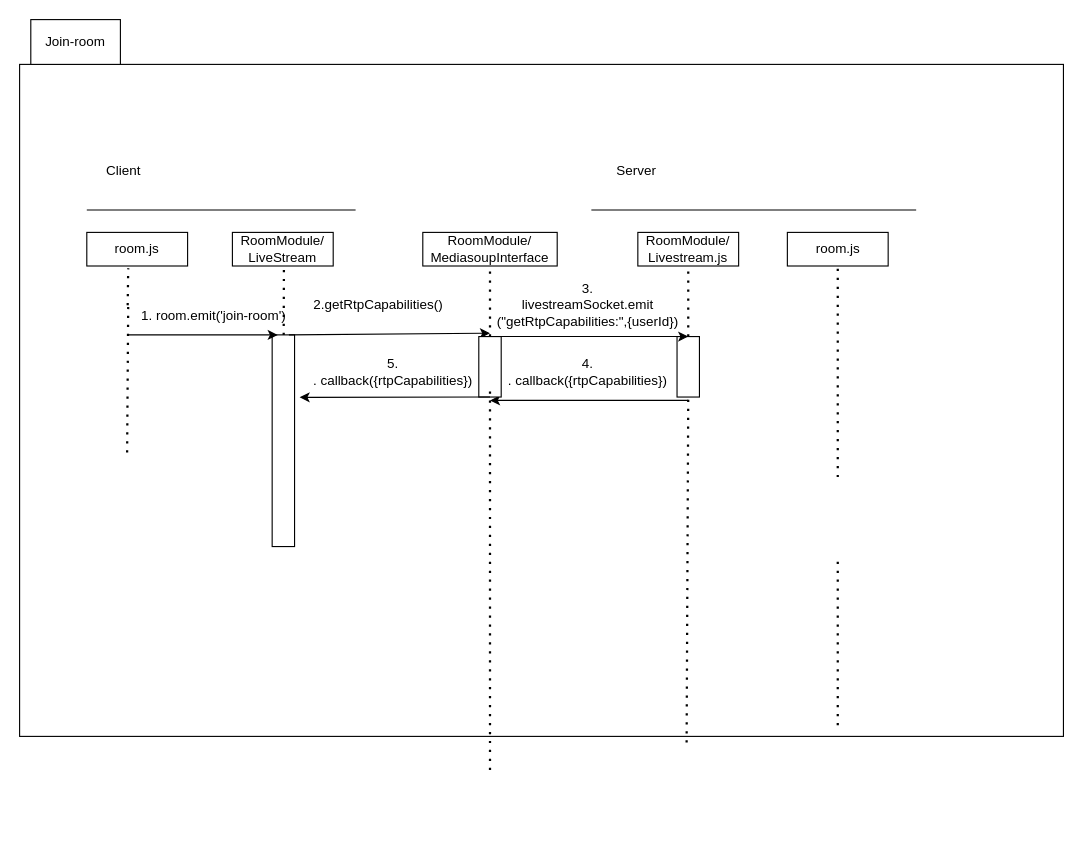
This is Copy of classroom-ultra-sequence diagram-livestream room.drawio from doremi31618/Assets, a draw.io file, before an edit. Source tidied: cells renumbered, new cells numbered last; positions are measured from the earlier drawing's top-left corner, leaving out a move shared by most shapes. Both pictures are drawn from the tidied source at 112%, with x=0, y=0 at pixel (19, 19).
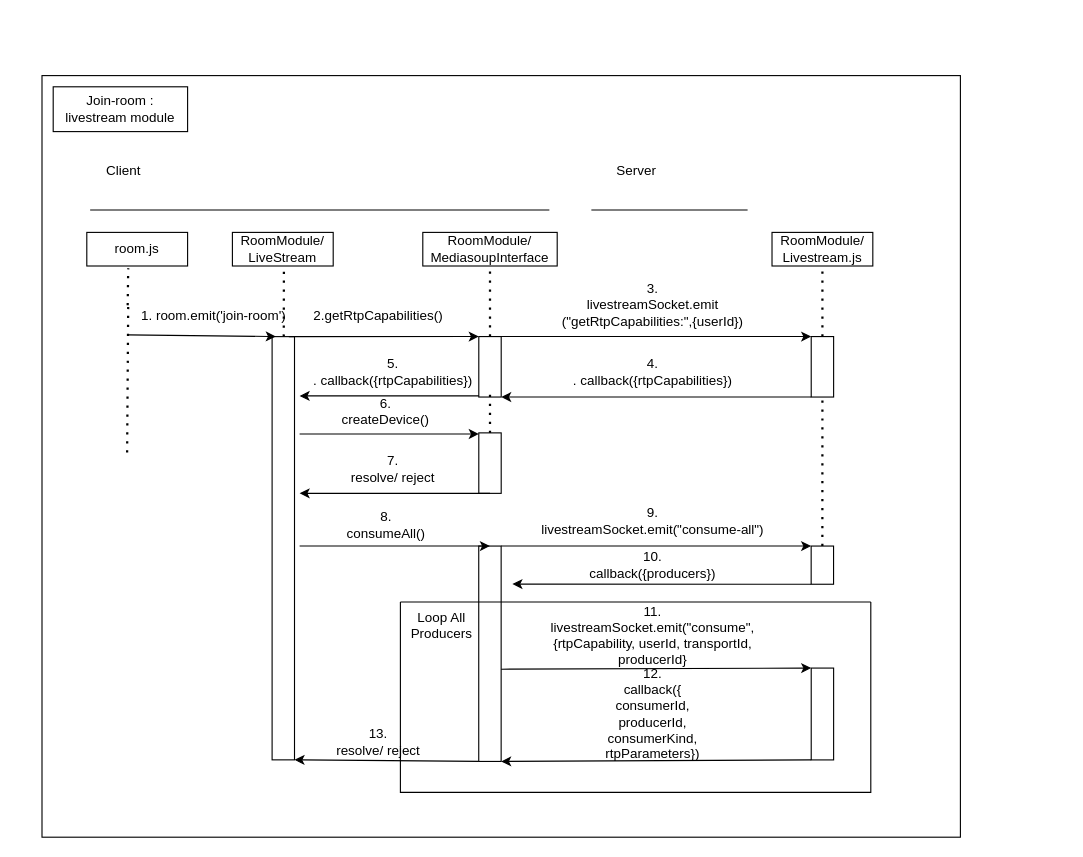
The same page after the edit.

The change refers to these unchanged cells:
```xml
<mxCell id="21" value="1. room.emit('join-room')" style="text;strokeColor=none;align=center;fillColor=none;html=1;verticalAlign=middle;whiteSpace=wrap;rounded=0;" parent="1" vertex="1">
  <mxGeometry x="100" y="250" width="146.5" height="30" as="geometry" />
</mxCell>
<mxCell id="28" style="rounded=0;whiteSpace=wrap;html=1;rotation=90;" parent="1" vertex="1">
  <mxGeometry x="393" y="300" width="54" height="20" as="geometry" />
</mxCell>
```

Change to the diagram source:
```diff
@@
     <mxCell id="2" style="rounded=0;whiteSpace=wrap;html=1;" parent="1" vertex="1">
-      <mxGeometry y="40" width="932" height="600" as="geometry" />
+      <mxGeometry x="20" y="50" width="820" height="680" as="geometry" />
     </mxCell>
@@
     <mxCell id="4" style="rounded=0;whiteSpace=wrap;html=1;" parent="1" vertex="1">
-      <mxGeometry x="10" width="80" height="40" as="geometry" />
+      <mxGeometry x="30" y="60" width="120" height="40" as="geometry" />
     </mxCell>
@@
     <mxCell id="6" value="RoomModule/&lt;br&gt;Livestream.js" style="rounded=0;whiteSpace=wrap;html=1;" parent="1" vertex="1">
-      <mxGeometry x="552" y="190" width="90" height="30" as="geometry" />
+      <mxGeometry x="671.8" y="190" width="90" height="30" as="geometry" />
     </mxCell>
-    <mxCell id="7" value="room.js" style="rounded=0;whiteSpace=wrap;html=1;" parent="1" vertex="1">
-      <mxGeometry x="685.5" y="190" width="90" height="30" as="geometry" />
-    </mxCell>
@@
-    <mxCell id="10" style="endArrow=none;dashed=1;html=1;dashPattern=1 3;strokeWidth=2;rounded=0;entryX=0.5;entryY=1;entryDx=0;entryDy=0;startArrow=none;" parent="1" edge="1" target="7">
-      <mxGeometry relative="1" as="geometry">
-        <mxPoint x="730.5" y="408.5" as="sourcePoint" />
-      </mxGeometry>
-    </mxCell>
     <mxCell id="11" style="endArrow=none;html=1;rounded=0;" parent="1" edge="1">
       <mxGeometry relative="1" as="geometry">
-        <mxPoint x="60" y="170" as="sourcePoint" />
-        <mxPoint x="300" y="170" as="targetPoint" />
+        <mxPoint x="63" y="170" as="sourcePoint" />
+        <mxPoint x="473" y="170" as="targetPoint" />
       </mxGeometry>
     </mxCell>
     <mxCell id="12" style="endArrow=none;html=1;rounded=0;" parent="1" edge="1">
       <mxGeometry relative="1" as="geometry">
         <mxPoint x="510.5" y="170" as="sourcePoint" />
-        <mxPoint x="800.5" y="170" as="targetPoint" />
+        <mxPoint x="650" y="170" as="targetPoint" />
       </mxGeometry>
     </mxCell>
@@
-    <mxCell id="16" style="endArrow=none;dashed=1;html=1;dashPattern=1 3;strokeWidth=2;rounded=0;entryX=1;entryY=0.5;entryDx=0;entryDy=0;" parent="1" edge="1">
-      <mxGeometry relative="1" as="geometry">
-        <mxPoint x="730.5" y="630" as="sourcePoint" />
-        <mxPoint x="730.5" y="478.5" as="targetPoint" />
-      </mxGeometry>
-    </mxCell>
-    <mxCell id="17" value="Join-room" style="text;strokeColor=none;align=center;fillColor=none;html=1;verticalAlign=middle;whiteSpace=wrap;rounded=0;" parent="1" vertex="1">
-      <mxGeometry x="20" y="5" width="60" height="30" as="geometry" />
+    <mxCell id="17" value="Join-room : livestream module" style="text;strokeColor=none;align=center;fillColor=none;html=1;verticalAlign=middle;whiteSpace=wrap;rounded=0;" parent="1" vertex="1">
+      <mxGeometry x="40" y="65" width="100" height="30" as="geometry" />
     </mxCell>
@@
     <mxCell id="19" style="rounded=0;whiteSpace=wrap;html=1;rotation=90;" parent="1" vertex="1">
-      <mxGeometry x="141" y="366" width="189" height="20" as="geometry" />
+      <mxGeometry x="46.5" y="462" width="377.9" height="20" as="geometry" />
     </mxCell>
-    <mxCell id="20" style="endArrow=classic;html=1;rounded=0;entryX=0;entryY=0.75;entryDx=0;entryDy=0;" parent="1" edge="1" target="19">
+    <mxCell id="20" style="endArrow=classic;html=1;rounded=0;entryX=0.879;entryY=1.1;entryDx=0;entryDy=0;entryPerimeter=0;" parent="1" edge="1" target="21">
       <mxGeometry relative="1" as="geometry">
         <mxPoint x="96.5" y="281.5" as="sourcePoint" />
       </mxGeometry>
     </mxCell>
@@
-    <mxCell id="22" style="endArrow=classic;html=1;rounded=0;exitX=0;exitY=0.25;exitDx=0;exitDy=0;" parent="1" edge="1" source="19">
-      <mxGeometry relative="1" as="geometry">
-        <mxPoint x="420" y="280" as="targetPoint" />
-      </mxGeometry>
+    <mxCell id="22" style="endArrow=classic;html=1;rounded=0;exitX=0;exitY=0.25;exitDx=0;exitDy=0;entryX=0;entryY=1;entryDx=0;entryDy=0;" parent="1" edge="1" source="19" target="28">
+      <mxGeometry relative="1" as="geometry" />
     </mxCell>
     <mxCell id="23" value="2.getRtpCapabilities()" style="text;strokeColor=none;align=center;fillColor=none;html=1;verticalAlign=middle;whiteSpace=wrap;rounded=0;" parent="1" vertex="1">
-      <mxGeometry x="246.5" y="240" width="146.5" height="30" as="geometry" />
+      <mxGeometry x="246.5" y="250" width="146.5" height="30" as="geometry" />
     </mxCell>
-    <mxCell id="24" style="endArrow=classic;html=1;rounded=0;" parent="1" edge="1">
-      <mxGeometry relative="1" as="geometry">
-        <mxPoint x="597" y="340" as="sourcePoint" />
-        <mxPoint x="420" y="340" as="targetPoint" />
-      </mxGeometry>
+    <mxCell id="24" style="endArrow=classic;html=1;rounded=0;entryX=1;entryY=0;entryDx=0;entryDy=0;exitX=1;exitY=1;exitDx=0;exitDy=0;" parent="1" edge="1" source="30" target="28">
+      <mxGeometry relative="1" as="geometry" />
     </mxCell>
     <mxCell id="25" value="4.&lt;br&gt;. callback({rtpCapabilities})" style="text;strokeColor=none;align=center;fillColor=none;html=1;verticalAlign=middle;whiteSpace=wrap;rounded=0;" parent="1" vertex="1">
-      <mxGeometry x="434" y="300" width="146.5" height="30" as="geometry" />
+      <mxGeometry x="492" y="300" width="146.5" height="30" as="geometry" />
     </mxCell>
@@
-    <mxCell id="29" style="endArrow=none;dashed=1;html=1;dashPattern=1 3;strokeWidth=2;rounded=0;" parent="1" edge="1">
+    <mxCell id="29" style="endArrow=none;dashed=1;html=1;dashPattern=1 3;strokeWidth=2;rounded=0;startArrow=none;" parent="1" edge="1" source="36">
       <mxGeometry relative="1" as="geometry">
-        <mxPoint x="420" y="670" as="sourcePoint" />
         <mxPoint x="420" y="330" as="targetPoint" />
       </mxGeometry>
     </mxCell>
     <mxCell id="30" style="rounded=0;whiteSpace=wrap;html=1;rotation=90;" parent="1" vertex="1">
-      <mxGeometry x="570" y="300" width="54" height="20" as="geometry" />
+      <mxGeometry x="689.8" y="300" width="54" height="20" as="geometry" />
     </mxCell>
-    <mxCell id="31" style="endArrow=none;dashed=1;html=1;dashPattern=1 3;strokeWidth=2;rounded=0;entryX=1;entryY=0.5;entryDx=0;entryDy=0;exitX=0.639;exitY=1.009;exitDx=0;exitDy=0;exitPerimeter=0;" parent="1" edge="1" source="2" target="30">
+    <mxCell id="31" style="endArrow=none;dashed=1;html=1;dashPattern=1 3;strokeWidth=2;rounded=0;entryX=1;entryY=0.5;entryDx=0;entryDy=0;exitX=0;exitY=0.5;exitDx=0;exitDy=0;startArrow=none;" parent="1" edge="1" source="43" target="30">
       <mxGeometry relative="1" as="geometry" />
     </mxCell>
-    <mxCell id="32" style="endArrow=classic;html=1;rounded=0;exitX=0;exitY=0.25;exitDx=0;exitDy=0;entryX=0;entryY=0.5;entryDx=0;entryDy=0;" parent="1" edge="1" source="28" target="30">
+    <mxCell id="32" style="endArrow=classic;html=1;rounded=0;exitX=0;exitY=0.25;exitDx=0;exitDy=0;entryX=0;entryY=1;entryDx=0;entryDy=0;" parent="1" edge="1" source="28" target="30">
       <mxGeometry relative="1" as="geometry" />
     </mxCell>
     <mxCell id="33" value="3.&lt;br&gt;livestreamSocket.emit&lt;br&gt;(&quot;getRtpCapabilities:&quot;,{userId})" style="text;strokeColor=none;align=center;fillColor=none;html=1;verticalAlign=middle;whiteSpace=wrap;rounded=0;" parent="1" vertex="1">
-      <mxGeometry x="400.8" y="240" width="213" height="30" as="geometry" />
+      <mxGeometry x="458.8" y="240" width="213" height="30" as="geometry" />
     </mxCell>
-    <mxCell id="34" style="endArrow=classic;html=1;rounded=0;exitX=1;exitY=0.5;exitDx=0;exitDy=0;entryX=0.295;entryY=-0.225;entryDx=0;entryDy=0;entryPerimeter=0;" parent="1" edge="1" source="28" target="19">
-      <mxGeometry relative="1" as="geometry" />
+    <mxCell id="34" style="endArrow=classic;html=1;rounded=0;" parent="1" edge="1">
+      <mxGeometry relative="1" as="geometry">
+        <mxPoint x="410" y="336" as="sourcePoint" />
+        <mxPoint x="250" y="336" as="targetPoint" />
+      </mxGeometry>
     </mxCell>
@@
+    <mxCell id="36" style="rounded=0;whiteSpace=wrap;html=1;rotation=90;" parent="1" vertex="1">
+      <mxGeometry x="393" y="386" width="54" height="20" as="geometry" />
+    </mxCell>
+    <mxCell id="37" style="endArrow=classic;html=1;rounded=0;startArrow=none;" parent="1" edge="1">
+      <mxGeometry relative="1" as="geometry">
+        <mxPoint x="250" y="370" as="sourcePoint" />
+        <mxPoint x="410" y="370" as="targetPoint" />
+      </mxGeometry>
+    </mxCell>
+    <mxCell id="38" style="endArrow=classic;html=1;rounded=0;exitX=1;exitY=0.5;exitDx=0;exitDy=0;" parent="1" edge="1" source="36">
+      <mxGeometry relative="1" as="geometry">
+        <mxPoint x="250" y="423" as="targetPoint" />
+      </mxGeometry>
+    </mxCell>
+    <mxCell id="39" value="7.&lt;br&gt;resolve/ reject" style="text;strokeColor=none;align=center;fillColor=none;html=1;verticalAlign=middle;whiteSpace=wrap;rounded=0;rotation=0;" parent="1" vertex="1">
+      <mxGeometry x="260" y="386" width="146.5" height="30" as="geometry" />
+    </mxCell>
+    <mxCell id="40" style="rounded=0;whiteSpace=wrap;html=1;rotation=90;" parent="1" vertex="1">
+      <mxGeometry x="323.8" y="556.2" width="192.3" height="20" as="geometry" />
+    </mxCell>
+    <mxCell id="41" style="endArrow=classic;html=1;rounded=0;entryX=0;entryY=0.5;entryDx=0;entryDy=0;" parent="1" edge="1" target="40">
+      <mxGeometry relative="1" as="geometry">
+        <mxPoint x="250" y="470" as="sourcePoint" />
+      </mxGeometry>
+    </mxCell>
+    <mxCell id="42" value="8.&lt;br&gt;consumeAll()" style="text;strokeColor=none;align=center;fillColor=none;html=1;verticalAlign=middle;whiteSpace=wrap;rounded=0;" parent="1" vertex="1">
+      <mxGeometry x="254.2" y="436" width="146.5" height="30" as="geometry" />
+    </mxCell>
+    <mxCell id="43" style="rounded=0;whiteSpace=wrap;html=1;rotation=90;" parent="1" vertex="1">
+      <mxGeometry x="699.7" y="477.1" width="34.1" height="20" as="geometry" />
+    </mxCell>
+    <mxCell id="44" style="endArrow=classic;html=1;rounded=0;exitX=0;exitY=0;exitDx=0;exitDy=0;entryX=0;entryY=1;entryDx=0;entryDy=0;" parent="1" edge="1" source="40" target="43">
+      <mxGeometry relative="1" as="geometry" />
+    </mxCell>
+    <mxCell id="45" value="6.&lt;br&gt;createDevice()" style="text;strokeColor=none;align=center;fillColor=none;html=1;verticalAlign=middle;whiteSpace=wrap;rounded=0;" parent="1" vertex="1">
+      <mxGeometry x="254.2" y="340" width="145.8" height="20" as="geometry" />
+    </mxCell>
+    <mxCell id="46" value="9.&lt;br&gt;livestreamSocket.emit(&quot;consume-all&quot;)" style="text;strokeColor=none;align=center;fillColor=none;html=1;verticalAlign=middle;whiteSpace=wrap;rounded=0;" parent="1" vertex="1">
+      <mxGeometry x="448.9" y="430" width="232.8" height="36" as="geometry" />
+    </mxCell>
+    <mxCell id="47" style="endArrow=classic;html=1;rounded=0;exitX=1;exitY=1;exitDx=0;exitDy=0;" parent="1" edge="1" source="43">
+      <mxGeometry relative="1" as="geometry">
+        <mxPoint x="440" y="504" as="targetPoint" />
+      </mxGeometry>
+    </mxCell>
+    <mxCell id="48" value="10.&lt;br&gt;callback({producers})" style="text;strokeColor=none;align=center;fillColor=none;html=1;verticalAlign=middle;whiteSpace=wrap;rounded=0;" parent="1" vertex="1">
+      <mxGeometry x="448.9" y="469.1" width="232.8" height="36" as="geometry" />
+    </mxCell>
+    <mxCell id="49" style="endArrow=classic;html=1;rounded=0;entryX=0;entryY=1;entryDx=0;entryDy=0;" parent="1" edge="1" target="52">
+      <mxGeometry relative="1" as="geometry">
+        <mxPoint x="430" y="580" as="sourcePoint" />
+      </mxGeometry>
+    </mxCell>
+    <mxCell id="50" style="swimlane;startSize=0;" parent="1" vertex="1">
+      <mxGeometry x="340" y="520" width="420" height="170" as="geometry" />
+    </mxCell>
+    <mxCell id="51" value="Loop All Producers" style="text;strokeColor=none;align=center;fillColor=none;html=1;verticalAlign=middle;whiteSpace=wrap;rounded=0;" parent="50" vertex="1">
+      <mxGeometry x="6.5" y="6" width="60" height="30" as="geometry" />
+    </mxCell>
+    <mxCell id="52" style="rounded=0;whiteSpace=wrap;html=1;rotation=90;" parent="50" vertex="1">
+      <mxGeometry x="335.8" y="90" width="82" height="20" as="geometry" />
+    </mxCell>
+    <mxCell id="53" value="12.&lt;br&gt;callback({&lt;br&gt;consumerId,&lt;br&gt;producerId,&lt;br&gt;consumerKind,&lt;br&gt;rtpParameters})" style="text;strokeColor=none;align=center;fillColor=none;html=1;verticalAlign=middle;whiteSpace=wrap;rounded=0;" parent="50" vertex="1">
+      <mxGeometry x="108.9" y="82" width="232.8" height="36" as="geometry" />
+    </mxCell>
+    <mxCell id="54" value="11.&lt;br&gt;livestreamSocket.emit(&quot;consume&quot;, {rtpCapability, userId, transportId, producerId}" style="text;strokeColor=none;align=center;fillColor=none;html=1;verticalAlign=middle;whiteSpace=wrap;rounded=0;" parent="1" vertex="1">
+      <mxGeometry x="448.9" y="532" width="232.8" height="36" as="geometry" />
+    </mxCell>
+    <mxCell id="55" style="endArrow=classic;html=1;rounded=0;exitX=1;exitY=1;exitDx=0;exitDy=0;entryX=1;entryY=0;entryDx=0;entryDy=0;" parent="1" edge="1" source="52" target="40">
+      <mxGeometry relative="1" as="geometry" />
+    </mxCell>
+    <mxCell id="56" style="endArrow=classic;html=1;rounded=0;exitX=1;exitY=1;exitDx=0;exitDy=0;entryX=1;entryY=0;entryDx=0;entryDy=0;" parent="1" edge="1" source="40" target="19">
+      <mxGeometry relative="1" as="geometry" />
+    </mxCell>
+    <mxCell id="57" value="13.&lt;br&gt;resolve/ reject" style="text;strokeColor=none;align=center;fillColor=none;html=1;verticalAlign=middle;whiteSpace=wrap;rounded=0;rotation=0;" parent="1" vertex="1">
+      <mxGeometry x="246.5" y="630" width="146.5" height="30" as="geometry" />
+    </mxCell>
```
